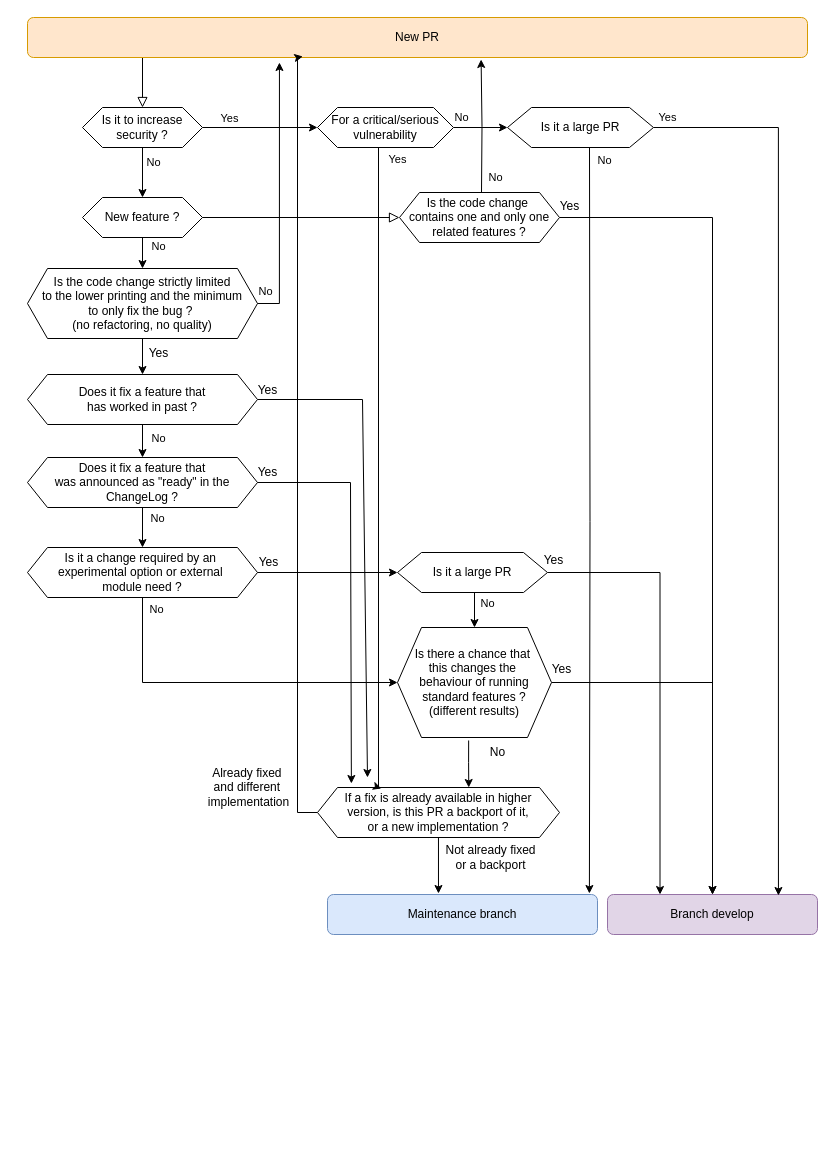
This is dev/Qualification PR ERD.drawio from Dolibarr/dolibarr-foundation, a draw.io file, before an edit. Source tidied: cells renumbered, new cells numbered last; positions are measured from the earlier drawing's top-left corner, leaving out a move shared by most shapes. Both pictures are drawn from the tidied source at 100%, with x=0, y=0 at pixel (27, 17).
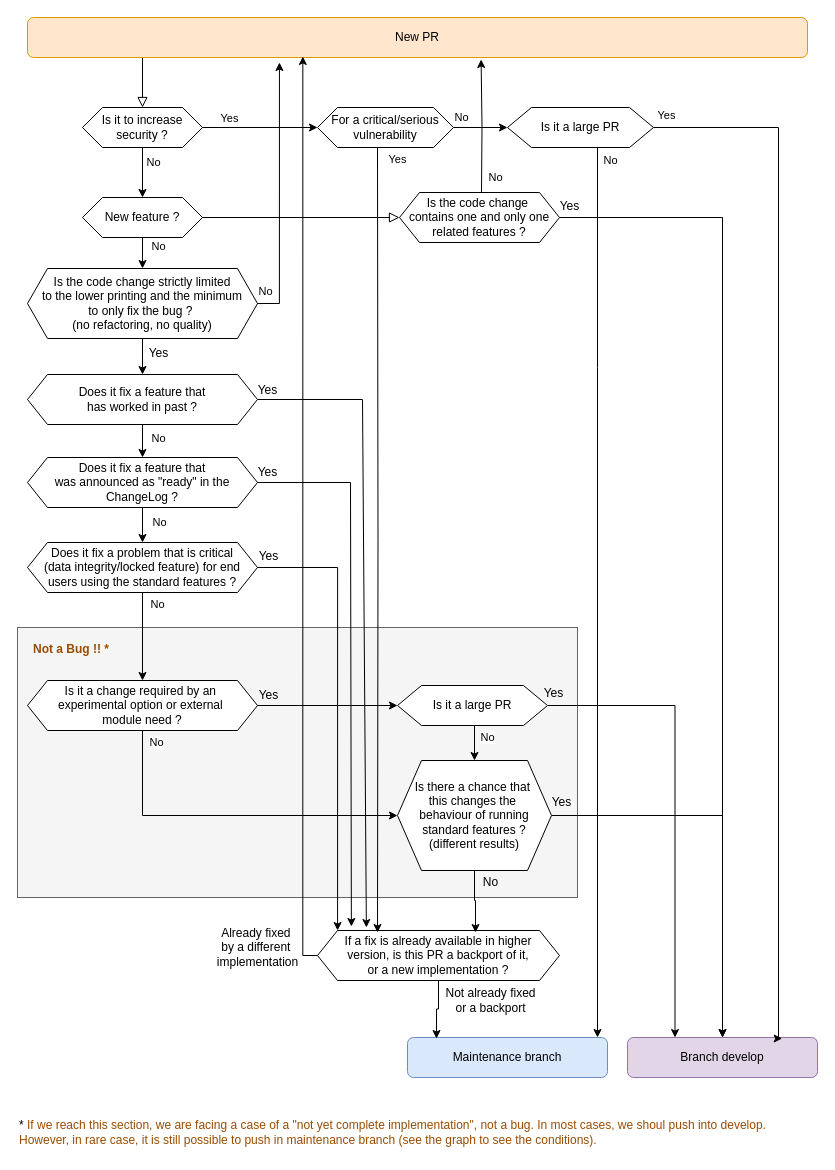
Above is the later version.

Commit message (it also covers changes not shown here):
Mettre à jour Qualification PR ERD.drawio

Unchanged cells that the change refers to:
```xml
<mxCell id="3" value="New PR" style="rounded=1;whiteSpace=wrap;html=1;fontSize=12;glass=0;strokeWidth=1;shadow=0;fillColor=#ffe6cc;strokeColor=#d79b00;" parent="1" vertex="1">
  <mxGeometry width="780" height="40" as="geometry" />
</mxCell>
<mxCell id="15" style="edgeStyle=orthogonalEdgeStyle;rounded=0;jettySize=auto;html=1;exitX=1;exitY=0.5;exitDx=0;exitDy=0;entryX=0.814;entryY=0.025;entryDx=0;entryDy=0;entryPerimeter=0;" parent="1" edge="1" source="17" target="4">
  <mxGeometry relative="1" as="geometry">
    <Array as="points">
      <mxPoint x="751" y="110" />
    </Array>
  </mxGeometry>
</mxCell>
<mxCell id="17" value="Is it a large PR" style="shape=hexagon;perimeter=hexagonPerimeter2;whiteSpace=wrap;html=1;fixedSize=1;size=24;" parent="1" vertex="1">
  <mxGeometry x="480" y="90" width="146" height="40" as="geometry" />
</mxCell>
<mxCell id="21" value="Does it fix a feature that&lt;div&gt;has worked in past ?&lt;/div&gt;" style="shape=hexagon;perimeter=hexagonPerimeter2;whiteSpace=wrap;html=1;fixedSize=1;" parent="1" vertex="1">
  <mxGeometry y="357" width="230" height="50" as="geometry" />
</mxCell>
<mxCell id="24" value="Does it fix a feature that&lt;div&gt;was announced as &quot;ready&quot; in the ChangeLog ?&lt;/div&gt;" style="shape=hexagon;perimeter=hexagonPerimeter2;whiteSpace=wrap;html=1;fixedSize=1;" parent="1" vertex="1">
  <mxGeometry y="440" width="230" height="50" as="geometry" />
</mxCell>
<mxCell id="41" style="edgeStyle=orthogonalEdgeStyle;rounded=0;jettySize=auto;html=1;exitX=0.5;exitY=1;exitDx=0;exitDy=0;entryX=0.5;entryY=0;entryDx=0;entryDy=0;" parent="1" edge="1" source="42" target="46">
  <mxGeometry relative="1" as="geometry" />
</mxCell>
```

What changed in the source:
```diff
@@
+    <mxCell id="65" value="&lt;blockquote style=&quot;margin: 0 0 0 40px; border: none; padding: 0px;&quot;&gt;&lt;div&gt;&lt;div&gt;&lt;br&gt;&lt;/div&gt;&lt;/div&gt;&lt;/blockquote&gt;" style="rounded=0;whiteSpace=wrap;html=1;fillColor=#f5f5f5;fontColor=#333333;strokeColor=#666666;align=left;" parent="1" vertex="1">
+      <mxGeometry x="-10" y="610" width="560" height="270" as="geometry" />
+    </mxCell>
@@
     <mxCell id="4" value="Branch develop" style="rounded=1;whiteSpace=wrap;html=1;fontSize=12;glass=0;strokeWidth=1;shadow=0;fillColor=#e1d5e7;strokeColor=#9673a6;" parent="1" vertex="1">
-      <mxGeometry x="580" y="877" width="210" height="40" as="geometry" />
+      <mxGeometry x="600" y="1020" width="190" height="40" as="geometry" />
     </mxCell>
@@
-    <mxCell id="14" style="endArrow=classic;html=1;rounded=0;exitX=1;exitY=0.5;exitDx=0;exitDy=0;" parent="1" edge="1" source="21">
+    <mxCell id="14" style="endArrow=classic;html=1;rounded=0;exitX=1;exitY=0.5;exitDx=0;exitDy=0;entryX=0.202;entryY=-0.06;entryDx=0;entryDy=0;entryPerimeter=0;" parent="1" edge="1" source="21" target="59">
       <mxGeometry relative="1" as="geometry">
-        <mxPoint x="340" y="760" as="targetPoint" />
         <Array as="points">
           <mxPoint x="335" y="382" />
         </Array>
       </mxGeometry>
     </mxCell>
@@
     <mxCell id="16" value="Yes" style="edgeLabel;html=1;align=center;verticalAlign=middle;" parent="15" vertex="1">
       <mxGeometry x="-0.69" y="-1" relative="1" as="geometry">
-        <mxPoint x="-110" y="-24" as="offset" />
+        <mxPoint x="-112" y="-49" as="offset" />
       </mxGeometry>
     </mxCell>
@@
     <mxCell id="18" value="Maintenance branch" style="rounded=1;whiteSpace=wrap;html=1;fontSize=12;glass=0;strokeWidth=1;shadow=0;fillColor=#dae8fc;strokeColor=#6c8ebf;" parent="1" vertex="1">
-      <mxGeometry x="300" y="877" width="270" height="40" as="geometry" />
+      <mxGeometry x="380" y="1020" width="200" height="40" as="geometry" />
     </mxCell>
@@
-    <mxCell id="22" style="edgeStyle=orthogonalEdgeStyle;rounded=0;jettySize=auto;html=1;entryX=0.5;entryY=0;entryDx=0;entryDy=0;" parent="1" edge="1" source="24" target="36">
-      <mxGeometry relative="1" as="geometry" />
-    </mxCell>
-    <mxCell id="23" value="No" style="edgeLabel;html=1;align=center;verticalAlign=middle;" parent="22" vertex="1">
-      <mxGeometry x="-0.5" y="2" relative="1" as="geometry">
-        <mxPoint x="12" as="offset" />
-      </mxGeometry>
-    </mxCell>
+    <mxCell id="66" style="edgeStyle=orthogonalEdgeStyle;rounded=0;jettySize=auto;html=1;exitX=0.5;exitY=1;exitDx=0;exitDy=0;entryX=0.5;entryY=0;entryDx=0;entryDy=0;" parent="1" edge="1" source="24" target="70">
+      <mxGeometry relative="1" as="geometry" />
+    </mxCell>
+    <mxCell id="67" value="No" style="edgeLabel;html=1;align=center;verticalAlign=middle;" parent="66" vertex="1">
+      <mxGeometry x="-0.2" y="-2" relative="1" as="geometry">
+        <mxPoint x="18" as="offset" />
+      </mxGeometry>
+    </mxCell>
@@
     <mxCell id="35" style="edgeStyle=orthogonalEdgeStyle;rounded=0;jettySize=auto;html=1;entryX=0;entryY=0.5;entryDx=0;entryDy=0;" parent="1" edge="1" source="36" target="46">
       <mxGeometry relative="1" as="geometry">
         <Array as="points">
-          <mxPoint x="115" y="665" />
+          <mxPoint x="115" y="798" />
         </Array>
       </mxGeometry>
     </mxCell>
     <mxCell id="36" value="Is it a change required by an&amp;nbsp;&lt;div&gt;&lt;span style=&quot;background-color: transparent; color: light-dark(rgb(0, 0, 0), rgb(255, 255, 255));&quot;&gt;experimental option or external&amp;nbsp;&lt;/span&gt;&lt;/div&gt;&lt;div&gt;&lt;span style=&quot;background-color: transparent; color: light-dark(rgb(0, 0, 0), rgb(255, 255, 255));&quot;&gt;module need ?&lt;/span&gt;&lt;/div&gt;" style="shape=hexagon;perimeter=hexagonPerimeter2;whiteSpace=wrap;html=1;fixedSize=1;" parent="1" vertex="1">
-      <mxGeometry y="530" width="230" height="50" as="geometry" />
+      <mxGeometry y="663" width="230" height="50" as="geometry" />
     </mxCell>
@@
     <mxCell id="38" value="Yes" style="text;html=1;align=center;verticalAlign=middle;strokeColor=none;fillColor=none;" parent="1" vertex="1">
-      <mxGeometry x="221" y="530" width="40" height="30" as="geometry" />
+      <mxGeometry x="221" y="663" width="40" height="30" as="geometry" />
     </mxCell>
@@
+    <mxCell id="68" value="No" style="edgeLabel;html=1;align=center;verticalAlign=middle;" parent="41" vertex="1">
+      <mxGeometry x="0.08" y="2" relative="1" as="geometry">
+        <mxPoint x="10" y="-7" as="offset" />
+      </mxGeometry>
+    </mxCell>
     <mxCell id="42" value="Is it a large PR" style="shape=hexagon;perimeter=hexagonPerimeter2;whiteSpace=wrap;html=1;fixedSize=1;size=24;" parent="1" vertex="1">
-      <mxGeometry x="370" y="535" width="150" height="40" as="geometry" />
+      <mxGeometry x="370" y="668" width="150" height="40" as="geometry" />
     </mxCell>
     <mxCell id="43" value="Yes" style="text;html=1;align=center;verticalAlign=middle;strokeColor=none;fillColor=none;" parent="1" vertex="1">
-      <mxGeometry x="506" y="528" width="40" height="30" as="geometry" />
+      <mxGeometry x="506" y="661" width="40" height="30" as="geometry" />
     </mxCell>
@@
-    <mxCell id="45" style="edgeStyle=orthogonalEdgeStyle;rounded=0;jettySize=auto;html=1;entryX=0.625;entryY=0;entryDx=0;entryDy=0;exitX=0.462;exitY=1.027;exitDx=0;exitDy=0;exitPerimeter=0;" parent="1" edge="1" source="46" target="59">
-      <mxGeometry relative="1" as="geometry" />
-    </mxCell>
     <mxCell id="46" value="Is there a chance that&amp;nbsp;&lt;div&gt;this changes the&amp;nbsp;&lt;/div&gt;&lt;div&gt;behaviour&lt;span style=&quot;background-color: transparent; color: light-dark(rgb(0, 0, 0), rgb(255, 255, 255));&quot;&gt;&amp;nbsp;of running standard&amp;nbsp;&lt;/span&gt;&lt;span style=&quot;background-color: transparent; color: light-dark(rgb(0, 0, 0), rgb(255, 255, 255));&quot;&gt;features ?&lt;/span&gt;&lt;/div&gt;&lt;div&gt;(different results&lt;span style=&quot;background-color: transparent; color: light-dark(rgb(0, 0, 0), rgb(255, 255, 255));&quot;&gt;)&lt;/span&gt;&lt;/div&gt;" style="shape=hexagon;perimeter=hexagonPerimeter2;whiteSpace=wrap;html=1;fixedSize=1;size=24;" parent="1" vertex="1">
-      <mxGeometry x="370" y="610" width="154" height="110" as="geometry" />
+      <mxGeometry x="370" y="743" width="154" height="110" as="geometry" />
     </mxCell>
     <mxCell id="47" value="No" style="edgeLabel;html=1;align=center;verticalAlign=middle;" parent="1" vertex="1">
-      <mxGeometry x="439" y="100" as="geometry">
+      <mxGeometry x="445" y="100" as="geometry">
         <mxPoint x="137" y="42" as="offset" />
       </mxGeometry>
     </mxCell>
     <mxCell id="48" value="Yes" style="text;html=1;align=center;verticalAlign=middle;strokeColor=none;fillColor=none;" parent="1" vertex="1">
-      <mxGeometry x="514" y="637" width="40" height="30" as="geometry" />
+      <mxGeometry x="514" y="770" width="40" height="30" as="geometry" />
     </mxCell>
-    <mxCell id="49" value="No" style="edgeLabel;html=1;align=center;verticalAlign=middle;" parent="1" vertex="1">
-      <mxGeometry x="132" y="504" as="geometry">
-        <mxPoint x="327" y="81" as="offset" />
-      </mxGeometry>
-    </mxCell>
     <mxCell id="50" value="No" style="edgeLabel;html=1;align=center;verticalAlign=middle;" parent="1" vertex="1">
-      <mxGeometry x="138" y="514" as="geometry">
+      <mxGeometry x="138" y="647" as="geometry">
         <mxPoint x="-10" y="77" as="offset" />
       </mxGeometry>
     </mxCell>
@@
-    <mxCell id="57" style="edgeStyle=orthogonalEdgeStyle;rounded=0;jettySize=auto;html=1;entryX=0.97;entryY=-0.025;entryDx=0;entryDy=0;entryPerimeter=0;" parent="1" edge="1" target="18">
-      <mxGeometry relative="1" as="geometry">
-        <mxPoint x="562" y="130" as="sourcePoint" />
-      </mxGeometry>
-    </mxCell>
-    <mxCell id="58" style="edgeStyle=orthogonalEdgeStyle;rounded=0;jettySize=auto;html=1;entryX=0.353;entryY=0.975;entryDx=0;entryDy=0;entryPerimeter=0;" parent="1" edge="1" source="59" target="3">
+    <mxCell id="58" style="edgeStyle=orthogonalEdgeStyle;rounded=0;jettySize=auto;html=1;entryX=0.353;entryY=0.975;entryDx=0;entryDy=0;entryPerimeter=0;exitX=0;exitY=0.5;exitDx=0;exitDy=0;" parent="1" edge="1" source="59" target="3">
       <mxGeometry relative="1" as="geometry">
         <Array as="points">
-          <mxPoint x="270" y="795" />
-          <mxPoint x="270" y="40" />
+          <mxPoint x="275" y="938" />
         </Array>
       </mxGeometry>
     </mxCell>
     <mxCell id="59" value="If a fix is already available in higher&lt;div&gt;version, is this PR a backport of it,&lt;/div&gt;&lt;div&gt;or a new implementation&amp;nbsp;&lt;span style=&quot;background-color: transparent; color: light-dark(rgb(0, 0, 0), rgb(255, 255, 255));&quot;&gt;?&lt;/span&gt;&lt;/div&gt;" style="shape=hexagon;perimeter=hexagonPerimeter2;whiteSpace=wrap;html=1;fixedSize=1;" parent="1" vertex="1">
-      <mxGeometry x="290" y="770" width="242" height="50" as="geometry" />
+      <mxGeometry x="290" y="913" width="242" height="50" as="geometry" />
     </mxCell>
-    <mxCell id="60" style="edgeStyle=orthogonalEdgeStyle;rounded=0;orthogonalLoop=1;jettySize=auto;html=1;entryX=0.293;entryY=0.02;entryDx=0;entryDy=0;entryPerimeter=0;" parent="1" edge="1">
-      <mxGeometry relative="1" as="geometry">
-        <mxPoint x="351" y="130" as="sourcePoint" />
-        <mxPoint x="353.9" y="771" as="targetPoint" />
-        <Array as="points">
-          <mxPoint x="351" y="770" />
-        </Array>
-      </mxGeometry>
-    </mxCell>
-    <mxCell id="61" style="edgeStyle=orthogonalEdgeStyle;rounded=0;jettySize=auto;html=1;entryX=0.411;entryY=-0.025;entryDx=0;entryDy=0;entryPerimeter=0;" parent="1" edge="1" source="59" target="18">
+    <mxCell id="61" style="edgeStyle=orthogonalEdgeStyle;rounded=0;jettySize=auto;html=1;entryX=0.145;entryY=0.025;entryDx=0;entryDy=0;entryPerimeter=0;" parent="1" edge="1" source="59" target="18">
       <mxGeometry relative="1" as="geometry" />
     </mxCell>
     <mxCell id="62" value="No" style="text;html=1;align=center;verticalAlign=middle;strokeColor=none;fillColor=none;" parent="1" vertex="1">
-      <mxGeometry x="450" y="720" width="40" height="30" as="geometry" />
+      <mxGeometry x="443" y="850" width="40" height="30" as="geometry" />
     </mxCell>
     <mxCell id="63" value="&lt;span style=&quot;font-weight: normal;&quot;&gt;Not already fixed&lt;/span&gt;&lt;div&gt;&lt;span style=&quot;font-weight: normal;&quot;&gt;or a backport&lt;/span&gt;&lt;/div&gt;" style="text;html=1;align=center;verticalAlign=middle;strokeColor=none;fillColor=none;fontStyle=1;" parent="1" vertex="1">
-      <mxGeometry x="408" y="820" width="110" height="40" as="geometry" />
+      <mxGeometry x="408" y="963" width="110" height="40" as="geometry" />
     </mxCell>
-    <mxCell id="64" value="&lt;span style=&quot;font-weight: 400;&quot;&gt;Already fixed&amp;nbsp;&lt;/span&gt;&lt;div&gt;&lt;span style=&quot;font-weight: 400;&quot;&gt;and different&amp;nbsp;&lt;/span&gt;&lt;/div&gt;&lt;div&gt;&lt;span style=&quot;font-weight: 400;&quot;&gt;implementation&lt;/span&gt;&lt;/div&gt;" style="text;html=1;align=center;verticalAlign=middle;strokeColor=none;fillColor=none;fontStyle=1;" parent="1" vertex="1">
-      <mxGeometry x="171" y="740" width="100" height="60" as="geometry" />
+    <mxCell id="64" value="&lt;span style=&quot;font-weight: 400;&quot;&gt;Already fixed&amp;nbsp;&lt;/span&gt;&lt;div&gt;&lt;span style=&quot;font-weight: 400;&quot;&gt;by a different&amp;nbsp;&lt;/span&gt;&lt;/div&gt;&lt;div&gt;&lt;span style=&quot;font-weight: 400;&quot;&gt;implementation&lt;/span&gt;&lt;/div&gt;" style="text;html=1;align=center;verticalAlign=middle;strokeColor=none;fillColor=none;fontStyle=1;" parent="1" vertex="1">
+      <mxGeometry x="180" y="900" width="100" height="60" as="geometry" />
     </mxCell>
+    <mxCell id="69" style="edgeStyle=orthogonalEdgeStyle;rounded=0;jettySize=auto;html=1;exitX=0.5;exitY=1;exitDx=0;exitDy=0;entryX=0.5;entryY=0;entryDx=0;entryDy=0;" parent="1" edge="1" source="70" target="36">
+      <mxGeometry relative="1" as="geometry" />
+    </mxCell>
+    <mxCell id="70" value="Does it fix a problem that is critical&lt;div&gt;(data integrity/locked feature) for end users using the standard&amp;nbsp;&lt;span style=&quot;background-color: transparent; color: light-dark(rgb(0, 0, 0), rgb(255, 255, 255));&quot;&gt;features ?&lt;/span&gt;&lt;/div&gt;" style="shape=hexagon;perimeter=hexagonPerimeter2;whiteSpace=wrap;html=1;fixedSize=1;" parent="1" vertex="1">
+      <mxGeometry y="525" width="230" height="50" as="geometry" />
+    </mxCell>
+    <mxCell id="71" value="Yes" style="text;html=1;align=center;verticalAlign=middle;strokeColor=none;fillColor=none;" parent="1" vertex="1">
+      <mxGeometry x="221" y="524" width="40" height="30" as="geometry" />
+    </mxCell>
+    <mxCell id="72" value="No" style="edgeLabel;html=1;align=center;verticalAlign=middle;" parent="1" vertex="1">
+      <mxGeometry x="137" y="512" as="geometry">
+        <mxPoint x="-8" y="74" as="offset" />
+      </mxGeometry>
+    </mxCell>
+    <mxCell id="73" style="edgeStyle=orthogonalEdgeStyle;rounded=0;jettySize=auto;html=1;entryX=0.248;entryY=0.04;entryDx=0;entryDy=0;entryPerimeter=0;" parent="1" edge="1" target="59">
+      <mxGeometry relative="1" as="geometry">
+        <mxPoint x="350" y="130" as="sourcePoint" />
+      </mxGeometry>
+    </mxCell>
+    <mxCell id="74" style="edgeStyle=orthogonalEdgeStyle;rounded=0;jettySize=auto;html=1;entryX=0.083;entryY=0;entryDx=0;entryDy=0;entryPerimeter=0;" parent="1" edge="1" source="70" target="59">
+      <mxGeometry relative="1" as="geometry" />
+    </mxCell>
+    <mxCell id="45" style="edgeStyle=orthogonalEdgeStyle;rounded=0;jettySize=auto;html=1;exitX=0.5;exitY=1;exitDx=0;exitDy=0;entryX=0.653;entryY=0.04;entryDx=0;entryDy=0;entryPerimeter=0;" parent="1" edge="1" source="46" target="59">
+      <mxGeometry relative="1" as="geometry" />
+    </mxCell>
+    <mxCell id="75" value="&lt;b&gt;&lt;font style=&quot;color: rgb(153, 76, 0);&quot;&gt;Not a Bug !! *&lt;/font&gt;&lt;/b&gt;" style="text;html=1;align=left;verticalAlign=middle;strokeColor=none;fillColor=none;" parent="1" vertex="1">
+      <mxGeometry x="4" y="617" width="100" height="30" as="geometry" />
+    </mxCell>
+    <mxCell id="76" value="*&amp;nbsp;&lt;span style=&quot;background-color: transparent; color: light-dark(rgb(0, 0, 0), rgb(255, 255, 255));&quot;&gt;&lt;font style=&quot;color: rgb(153, 76, 0);&quot;&gt;If we reach this section, we are facing a case&amp;nbsp;&lt;/font&gt;&lt;/span&gt;&lt;span style=&quot;background-color: transparent; color: light-dark(rgb(0, 0, 0), rgb(255, 255, 255));&quot;&gt;&lt;font style=&quot;color: rgb(153, 76, 0);&quot;&gt;of a &quot;not yet complete implementation&quot;, not a bug. In most cases, we shoul push into develop.&lt;/font&gt;&lt;/span&gt;&lt;div&gt;&lt;span style=&quot;background-color: transparent; color: light-dark(rgb(0, 0, 0), rgb(255, 255, 255));&quot;&gt;&lt;font style=&quot;color: rgb(153, 76, 0);&quot;&gt;However, in rare case, it is still possible to push in maintenance branch (see the graph to see the conditions).&lt;/font&gt;&lt;/span&gt;&lt;/div&gt;" style="text;html=1;align=left;verticalAlign=middle;strokeColor=none;fillColor=none;" parent="1" vertex="1">
+      <mxGeometry x="-10" y="1095" width="770" height="40" as="geometry" />
+    </mxCell>
+    <mxCell id="77" style="edgeStyle=orthogonalEdgeStyle;rounded=0;jettySize=auto;html=1;entryX=0.95;entryY=0;entryDx=0;entryDy=0;entryPerimeter=0;" parent="1" edge="1" source="17" target="18">
+      <mxGeometry relative="1" as="geometry">
+        <Array as="points">
+          <mxPoint x="570" y="350" />
+          <mxPoint x="570" y="350" />
+        </Array>
+      </mxGeometry>
+    </mxCell>
```
